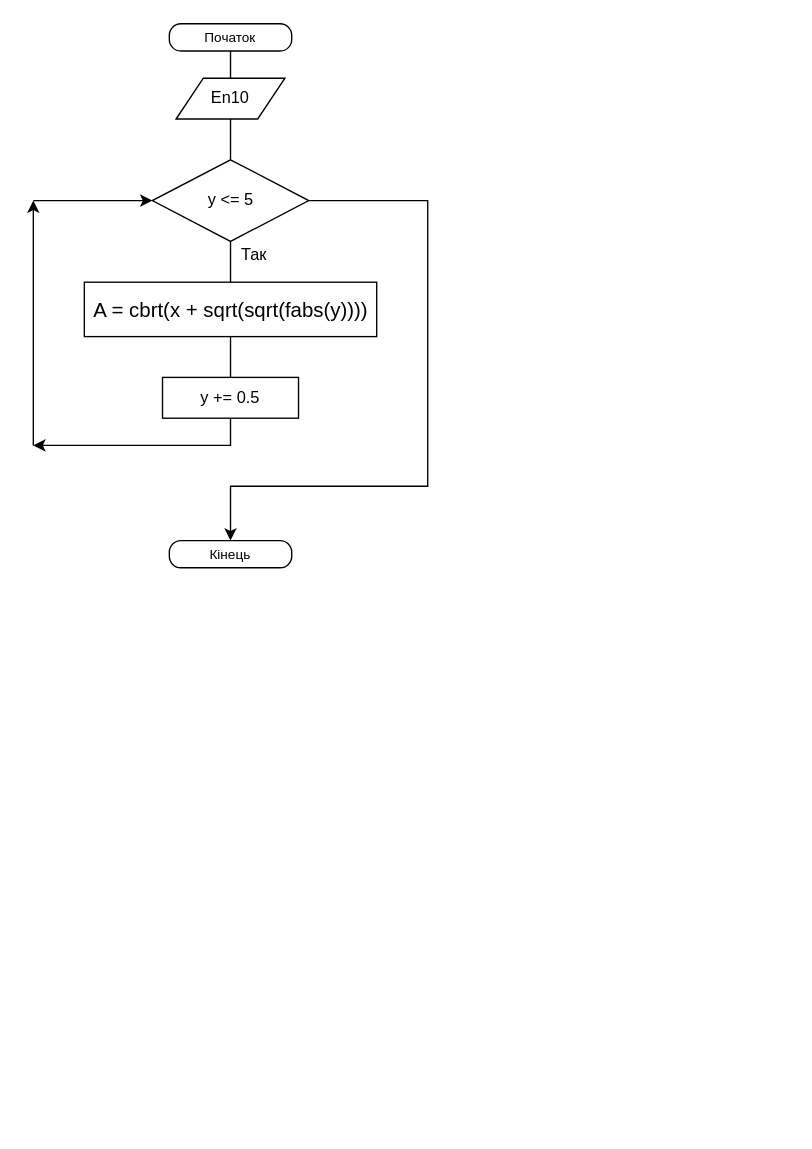
Before: 14.drawio in pulyrij/informatica, a draw.io diagram. Source tidied: cells renumbered, new cells numbered last; positions are measured from the earlier drawing's top-left corner, leaving out a move shared by most shapes. Both pictures are drawn from the tidied source at 136%, with x=0, y=0 at pixel (33, 23).
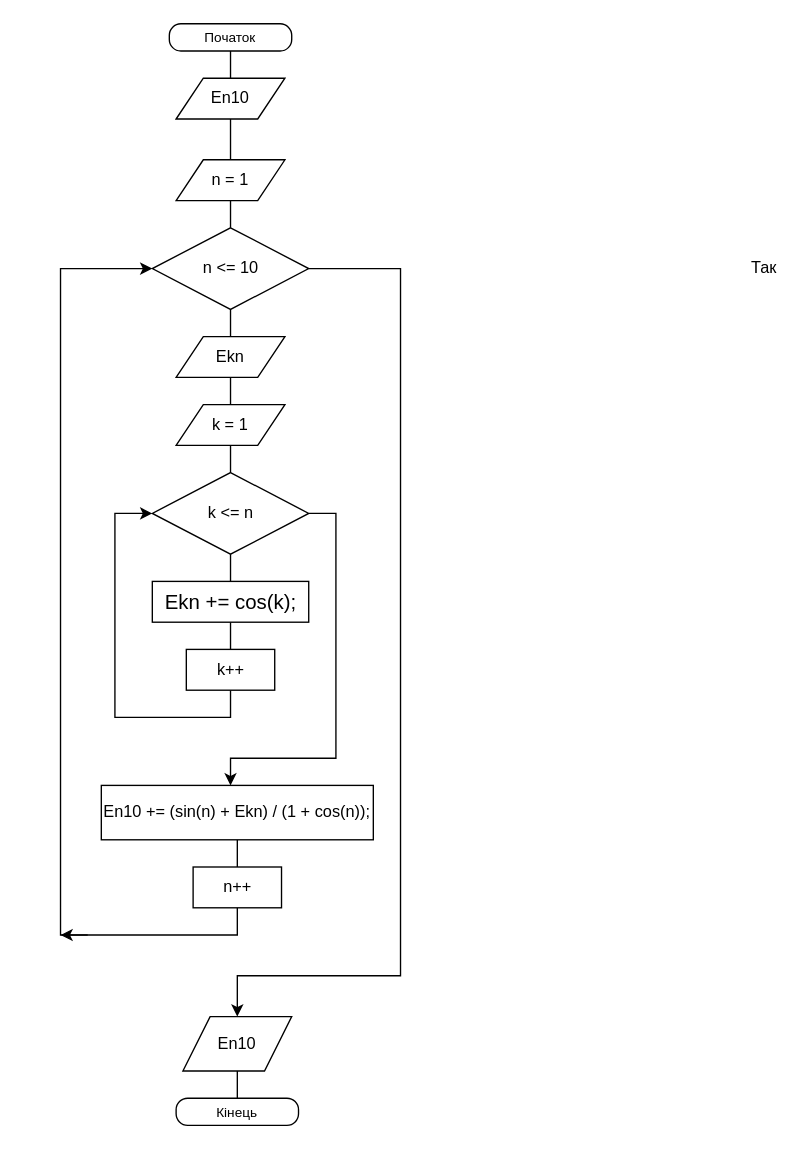
The same diagram, later.

The change refers to these unchanged cells:
```xml
<mxCell id="5" value="En10" style="shape=parallelogram;perimeter=parallelogramPerimeter;whiteSpace=wrap;html=1;shapeInside=1;fixedSize=1;labelBackgroundColor=none;" parent="1" vertex="1">
  <mxGeometry x="105" y="40" width="80" height="30" as="geometry" />
</mxCell>
```

The edit, as a diff of the source:
```diff
@@
-    <mxCell id="4" style="edgeStyle=orthogonalEdgeStyle;rounded=0;jettySize=auto;html=1;exitX=0.5;exitY=1;exitDx=0;exitDy=0;entryX=0.5;entryY=0;entryDx=0;entryDy=0;defaultLabelBackgroundColor=page;endArrow=none;endFill=0;fontColor=default;" parent="1" edge="1" source="5" target="8">
-      <mxGeometry relative="1" as="geometry" />
-    </mxCell>
+    <mxCell id="17" style="edgeStyle=orthogonalEdgeStyle;rounded=0;jettySize=auto;html=1;exitX=0.5;exitY=1;exitDx=0;exitDy=0;entryX=0.5;entryY=0;entryDx=0;entryDy=0;defaultLabelBackgroundColor=page;endArrow=none;endFill=0;" parent="1" edge="1" source="5" target="21">
+      <mxGeometry relative="1" as="geometry" />
+    </mxCell>
@@
-    <mxCell id="6" style="edgeStyle=orthogonalEdgeStyle;rounded=0;jettySize=auto;html=1;exitX=0.5;exitY=1;exitDx=0;exitDy=0;entryX=0.5;entryY=0;entryDx=0;entryDy=0;defaultLabelBackgroundColor=page;endArrow=none;endFill=0;fontColor=default;" parent="1" edge="1" source="8" target="10">
-      <mxGeometry relative="1" as="geometry" />
-    </mxCell>
-    <mxCell id="7" style="edgeStyle=orthogonalEdgeStyle;rounded=0;jettySize=auto;html=1;exitX=1;exitY=0.5;exitDx=0;exitDy=0;defaultLabelBackgroundColor=page;fontColor=default;" parent="1" edge="1" source="8">
-      <mxGeometry x="-0.85" relative="1" as="geometry">
-        <mxPoint x="145" y="380" as="targetPoint" />
-        <Array as="points">
-          <mxPoint x="290" y="130" />
-          <mxPoint x="290" y="340" />
-          <mxPoint x="145" y="340" />
-        </Array>
-      </mxGeometry>
-    </mxCell>
+    <mxCell id="18" style="edgeStyle=orthogonalEdgeStyle;rounded=0;jettySize=auto;html=1;exitX=0.5;exitY=1;exitDx=0;exitDy=0;entryX=0.5;entryY=0;entryDx=0;entryDy=0;defaultLabelBackgroundColor=page;endArrow=none;endFill=0;" parent="1" edge="1" source="8" target="23">
+      <mxGeometry relative="1" as="geometry" />
+    </mxCell>
+    <mxCell id="19" style="edgeStyle=orthogonalEdgeStyle;rounded=0;jettySize=auto;html=1;exitX=1;exitY=0.5;exitDx=0;exitDy=0;defaultLabelBackgroundColor=page;" parent="1" edge="1" source="8">
+      <mxGeometry x="-0.86" relative="1" as="geometry">
+        <mxPoint x="150" y="730" as="targetPoint" />
+        <Array as="points">
+          <mxPoint x="270" y="180" />
+          <mxPoint x="270" y="700" />
+        </Array>
+      </mxGeometry>
+    </mxCell>
-    <mxCell id="8" value="y &amp;lt;= 5" style="rhombus;whiteSpace=wrap;html=1;shapeInside=1;labelBackgroundColor=none;" parent="1" vertex="1">
-      <mxGeometry x="87.5" y="100" width="115" height="60" as="geometry" />
+    <mxCell id="8" value="n &amp;lt;= 10" style="rhombus;whiteSpace=wrap;html=1;shapeInside=1;labelBackgroundColor=none;" parent="1" vertex="1">
+      <mxGeometry x="87.5" y="150" width="115" height="60" as="geometry" />
     </mxCell>
-    <mxCell id="9" style="edgeStyle=orthogonalEdgeStyle;rounded=0;jettySize=auto;html=1;exitX=0.5;exitY=1;exitDx=0;exitDy=0;entryX=0.5;entryY=0;entryDx=0;entryDy=0;defaultLabelBackgroundColor=page;endArrow=none;endFill=0;fontColor=default;" parent="1" edge="1" source="10" target="12">
-      <mxGeometry relative="1" as="geometry" />
-    </mxCell>
-    <mxCell id="10" value="&lt;font style=&quot;font-size: 15px;&quot;&gt;A = cbrt(x + sqrt(sqrt(fabs(y))))&lt;/font&gt;" style="rounded=0;whiteSpace=wrap;html=1;labelBackgroundColor=none;" parent="1" vertex="1">
-      <mxGeometry x="37.5" y="190" width="215" height="40" as="geometry" />
-    </mxCell>
-    <mxCell id="11" style="edgeStyle=orthogonalEdgeStyle;rounded=0;jettySize=auto;html=1;exitX=0.5;exitY=1;exitDx=0;exitDy=0;defaultLabelBackgroundColor=page;libavoidRouting=1;fontColor=default;" parent="1" edge="1" source="12">
-      <mxGeometry x="-0.86" relative="1" as="geometry">
-        <mxPoint y="310" as="targetPoint" />
-        <Array as="points">
-          <mxPoint x="145" y="310" />
-        </Array>
-      </mxGeometry>
-    </mxCell>
-    <mxCell id="12" value="y += 0.5" style="rounded=0;whiteSpace=wrap;html=1;labelBackgroundColor=none;" parent="1" vertex="1">
-      <mxGeometry x="95" y="260" width="100" height="30" as="geometry" />
-    </mxCell>
     <mxCell id="13" value="Так" style="text;html=1;whiteSpace=wrap;strokeColor=none;fillColor=none;align=center;verticalAlign=middle;rounded=0;labelBackgroundColor=none;" parent="1" vertex="1">
-      <mxGeometry x="145" y="160" width="35" height="20" as="geometry" />
+      <mxGeometry x="520" y="170" width="35" height="20" as="geometry" />
     </mxCell>
-    <mxCell id="14" style="endArrow=classic;html=1;rounded=0;defaultLabelBackgroundColor=page;fontColor=default;" parent="1" edge="1">
-      <mxGeometry relative="1" as="geometry">
-        <mxPoint y="310" as="sourcePoint" />
-        <mxPoint y="130" as="targetPoint" />
-      </mxGeometry>
-    </mxCell>
-    <mxCell id="15" style="endArrow=classic;html=1;rounded=0;defaultLabelBackgroundColor=page;entryX=0;entryY=0.5;entryDx=0;entryDy=0;fontColor=default;" parent="1" edge="1" target="8">
-      <mxGeometry relative="1" as="geometry">
-        <mxPoint y="130" as="sourcePoint" />
-      </mxGeometry>
-    </mxCell>
+    <mxCell id="20" style="edgeStyle=orthogonalEdgeStyle;rounded=0;jettySize=auto;html=1;exitX=0.5;exitY=1;exitDx=0;exitDy=0;entryX=0.5;entryY=0;entryDx=0;entryDy=0;defaultLabelBackgroundColor=page;endArrow=none;endFill=0;" parent="1" edge="1" source="21" target="8">
+      <mxGeometry relative="1" as="geometry" />
+    </mxCell>
+    <mxCell id="21" value="n = 1" style="shape=parallelogram;perimeter=parallelogramPerimeter;whiteSpace=wrap;html=1;shapeInside=1;fixedSize=1;labelBackgroundColor=none;" parent="1" vertex="1">
+      <mxGeometry x="105" y="100" width="80" height="30" as="geometry" />
+    </mxCell>
+    <mxCell id="22" style="edgeStyle=orthogonalEdgeStyle;rounded=0;jettySize=auto;html=1;exitX=0.5;exitY=1;exitDx=0;exitDy=0;entryX=0.5;entryY=0;entryDx=0;entryDy=0;defaultLabelBackgroundColor=page;endArrow=none;endFill=0;" parent="1" edge="1" source="23" target="25">
+      <mxGeometry relative="1" as="geometry" />
+    </mxCell>
+    <mxCell id="23" value="Ekn" style="shape=parallelogram;perimeter=parallelogramPerimeter;whiteSpace=wrap;html=1;shapeInside=1;fixedSize=1;" parent="1" vertex="1">
+      <mxGeometry x="105" y="230" width="80" height="30" as="geometry" />
+    </mxCell>
+    <mxCell id="24" style="edgeStyle=orthogonalEdgeStyle;rounded=0;jettySize=auto;html=1;exitX=0.5;exitY=1;exitDx=0;exitDy=0;entryX=0.5;entryY=0;entryDx=0;entryDy=0;defaultLabelBackgroundColor=page;endArrow=none;endFill=0;" parent="1" edge="1" source="25" target="28">
+      <mxGeometry relative="1" as="geometry" />
+    </mxCell>
+    <mxCell id="25" value="k = 1" style="shape=parallelogram;perimeter=parallelogramPerimeter;whiteSpace=wrap;html=1;shapeInside=1;fixedSize=1;labelBackgroundColor=none;" parent="1" vertex="1">
+      <mxGeometry x="105" y="280" width="80" height="30" as="geometry" />
+    </mxCell>
+    <mxCell id="26" style="edgeStyle=orthogonalEdgeStyle;rounded=0;jettySize=auto;html=1;exitX=0.5;exitY=1;exitDx=0;exitDy=0;entryX=0.5;entryY=0;entryDx=0;entryDy=0;defaultLabelBackgroundColor=page;endArrow=none;endFill=0;" parent="1" edge="1" source="28" target="30">
+      <mxGeometry relative="1" as="geometry" />
+    </mxCell>
+    <mxCell id="27" style="edgeStyle=orthogonalEdgeStyle;rounded=0;jettySize=auto;html=1;exitX=1;exitY=0.5;exitDx=0;exitDy=0;defaultLabelBackgroundColor=page;" parent="1" edge="1" source="28">
+      <mxGeometry x="-0.89" relative="1" as="geometry">
+        <mxPoint x="145" y="560" as="targetPoint" />
+        <Array as="points">
+          <mxPoint x="222.5" y="360" />
+          <mxPoint x="222.5" y="540" />
+        </Array>
+      </mxGeometry>
+    </mxCell>
+    <mxCell id="28" value="k &amp;lt;= n" style="rhombus;whiteSpace=wrap;html=1;shapeInside=1;labelBackgroundColor=none;" parent="1" vertex="1">
+      <mxGeometry x="87.5" y="330" width="115" height="60" as="geometry" />
+    </mxCell>
+    <mxCell id="29" style="edgeStyle=orthogonalEdgeStyle;rounded=0;jettySize=auto;html=1;exitX=0.5;exitY=1;exitDx=0;exitDy=0;entryX=0.5;entryY=0;entryDx=0;entryDy=0;defaultLabelBackgroundColor=page;endArrow=none;endFill=0;" parent="1" edge="1" source="30" target="32">
+      <mxGeometry relative="1" as="geometry" />
+    </mxCell>
+    <mxCell id="30" value="&lt;font style=&quot;font-size: 15px;&quot;&gt;Ekn += cos(k);&lt;/font&gt;" style="rounded=0;whiteSpace=wrap;html=1;" parent="1" vertex="1">
+      <mxGeometry x="87.5" y="410" width="115" height="30" as="geometry" />
+    </mxCell>
+    <mxCell id="31" style="edgeStyle=orthogonalEdgeStyle;rounded=0;jettySize=auto;html=1;exitX=0.5;exitY=1;exitDx=0;exitDy=0;defaultLabelBackgroundColor=page;entryX=0;entryY=0.5;entryDx=0;entryDy=0;" parent="1" edge="1" source="32" target="28">
+      <mxGeometry x="-0.92" relative="1" as="geometry">
+        <Array as="points">
+          <mxPoint x="145" y="510" />
+          <mxPoint x="60" y="510" />
+          <mxPoint x="60" y="360" />
+        </Array>
+      </mxGeometry>
+    </mxCell>
+    <mxCell id="32" value="k++" style="rounded=0;whiteSpace=wrap;html=1;" parent="1" vertex="1">
+      <mxGeometry x="112.5" y="460" width="65" height="30" as="geometry" />
+    </mxCell>
+    <mxCell id="33" style="edgeStyle=orthogonalEdgeStyle;rounded=0;jettySize=auto;html=1;exitX=0.5;exitY=1;exitDx=0;exitDy=0;entryX=0.5;entryY=0;entryDx=0;entryDy=0;defaultLabelBackgroundColor=page;endArrow=none;endFill=0;" parent="1" edge="1" source="34" target="36">
+      <mxGeometry relative="1" as="geometry" />
+    </mxCell>
+    <mxCell id="34" value="En10 += (sin(n) + Ekn) / (1 + cos(n));" style="rounded=0;whiteSpace=wrap;html=1;" parent="1" vertex="1">
+      <mxGeometry x="50" y="560" width="200" height="40" as="geometry" />
+    </mxCell>
+    <mxCell id="35" style="edgeStyle=orthogonalEdgeStyle;rounded=0;jettySize=auto;html=1;exitX=0.5;exitY=1;exitDx=0;exitDy=0;defaultLabelBackgroundColor=page;entryX=0;entryY=0.5;entryDx=0;entryDy=0;" parent="1" edge="1" source="36" target="8">
+      <mxGeometry x="-0.96" relative="1" as="geometry">
+        <Array as="points">
+          <mxPoint x="150" y="670" />
+          <mxPoint x="20" y="670" />
+          <mxPoint x="20" y="180" />
+        </Array>
+      </mxGeometry>
+    </mxCell>
+    <mxCell id="36" value="n++" style="rounded=0;whiteSpace=wrap;html=1;" parent="1" vertex="1">
+      <mxGeometry x="117.5" y="620" width="65" height="30" as="geometry" />
+    </mxCell>
+    <mxCell id="37" style="endArrow=classic;html=1;rounded=0;defaultLabelBackgroundColor=page;" parent="1" edge="1">
+      <mxGeometry relative="1" as="geometry">
+        <mxPoint x="40" y="670" as="sourcePoint" />
+        <mxPoint x="20" y="670" as="targetPoint" />
+      </mxGeometry>
+    </mxCell>
+    <mxCell id="38" style="edgeStyle=orthogonalEdgeStyle;rounded=0;jettySize=auto;html=1;exitX=0.5;exitY=1;exitDx=0;exitDy=0;entryX=0.5;entryY=0;entryDx=0;entryDy=0;defaultLabelBackgroundColor=page;endArrow=none;endFill=0;" parent="1" edge="1" source="39" target="16">
+      <mxGeometry relative="1" as="geometry" />
+    </mxCell>
+    <mxCell id="39" value="En10" style="shape=parallelogram;perimeter=parallelogramPerimeter;whiteSpace=wrap;html=1;shapeInside=1;fixedSize=1;" parent="1" vertex="1">
+      <mxGeometry x="110" y="730" width="80" height="40" as="geometry" />
+    </mxCell>
     <mxCell id="16" value="&lt;font size=&quot;1&quot;&gt;Кінець&lt;/font&gt;" style="rounded=1;whiteSpace=wrap;html=1;fontSize=12;glass=0;strokeWidth=1;shadow=0;labelBackgroundColor=none;roundedPerimeter=1;arcSize=17;absoluteArcSize=1;" parent="1" vertex="1">
-      <mxGeometry x="100" y="380" width="90" height="20" as="geometry" />
+      <mxGeometry x="105" y="790" width="90" height="20" as="geometry" />
     </mxCell>
```
